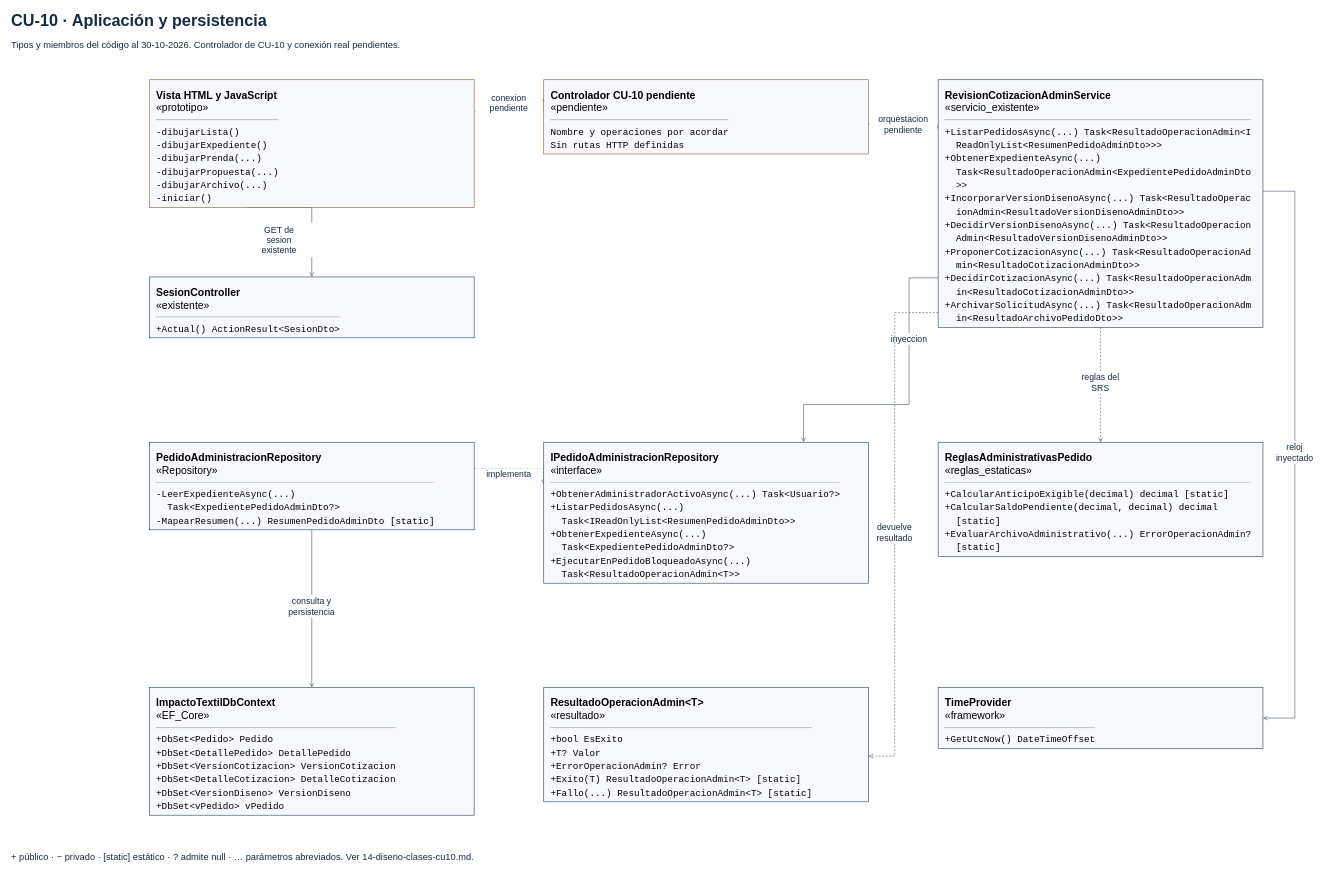
This is page "CU-10 · Aplicación y persistencia" (1 of 3) of docs/fase-3/diagramas/Clases_CU10.drawio from yirardyalbertoquintero-sys/Proyecto_fase_1_ing_software, a draw.io file, before an edit. Source tidied: cells renumbered, new cells numbered last; positions are measured from the earlier drawing's top-left corner, leaving out a move shared by most shapes. Both pictures are drawn from the tidied source at 58%, with x=0, y=0 at pixel (10, 10).
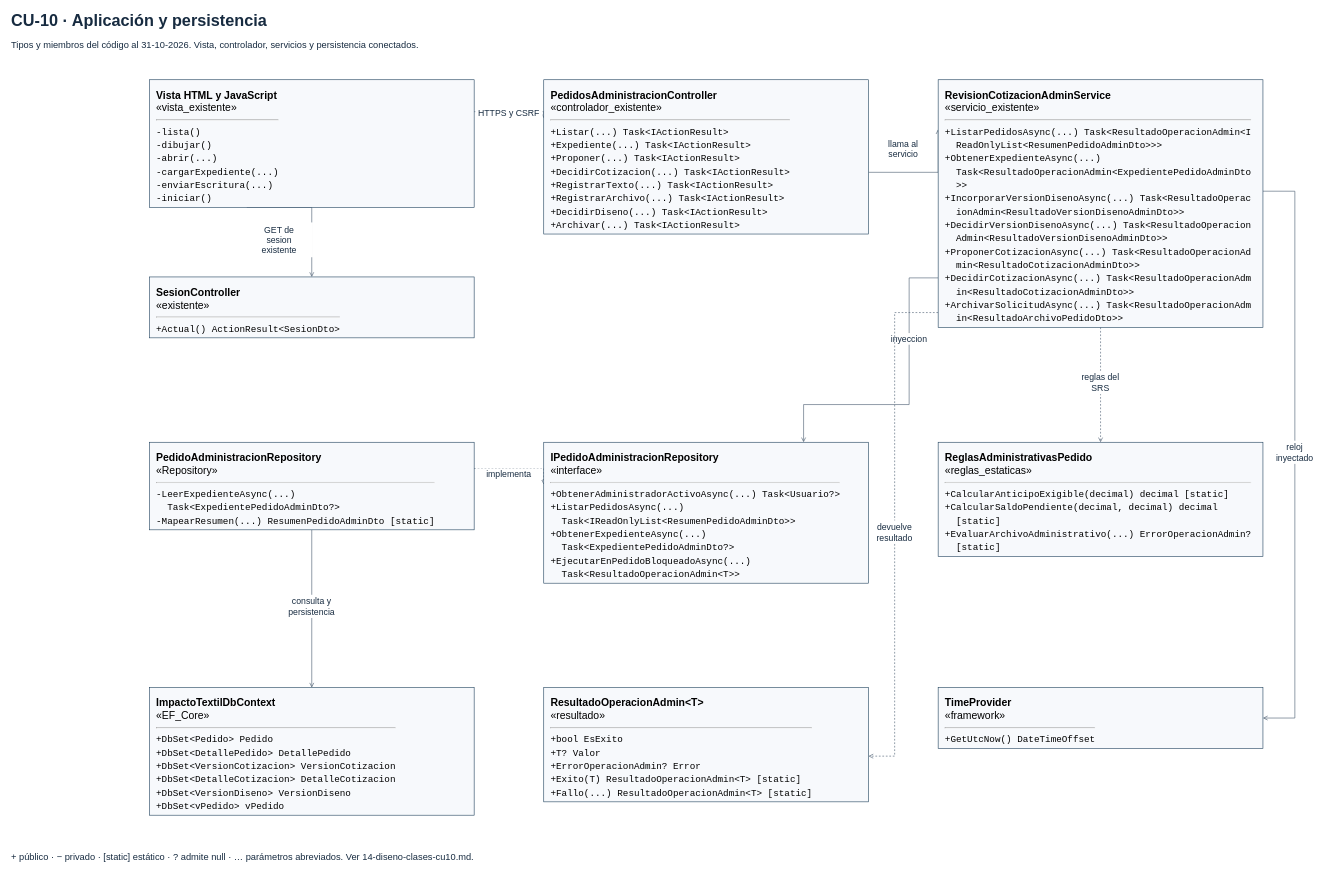
The same diagram, later.

Unchanged cells that the change refers to:
```xml
<mxCell id="24" value="&lt;b&gt;SesionController&lt;/b&gt;&lt;br&gt;«existente»&lt;hr&gt;&lt;div style=&quot;font-family:Consolas,monospace;font-size:16px;line-height:23px&quot;&gt;+Actual()&amp;nbsp;ActionResult&amp;lt;SesionDto&amp;gt;&lt;/div&gt;" style="rounded=0;whiteSpace=wrap;html=1;align=left;verticalAlign=top;spacing=12;fontSize=18;fillColor=#F7F9FC;strokeColor=#193c58;" parent="1" vertex="1">
  <mxGeometry x="240" y="460" width="560" height="105" as="geometry" />
</mxCell>
<mxCell id="25" value="&lt;b&gt;RevisionCotizacionAdminService&lt;/b&gt;&lt;br&gt;«servicio_existente»&lt;hr&gt;&lt;div style=&quot;font-family:Consolas,monospace;font-size:16px;line-height:23px&quot;&gt;+ListarPedidosAsync(...)&amp;nbsp;Task&amp;lt;ResultadoOperacionAdmin&amp;lt;I&lt;br&gt;&amp;nbsp;&amp;nbsp;ReadOnlyList&amp;lt;ResumenPedidoAdminDto&amp;gt;&amp;gt;&amp;gt;&lt;br&gt;+ObtenerExpedienteAsync(...)&lt;br&gt;&amp;nbsp;&amp;nbsp;Task&amp;lt;ResultadoOperacionAdmin&amp;lt;ExpedientePedidoAdminDto&lt;br&gt;&amp;nbsp;&amp;nbsp;&amp;gt;&amp;gt;&lt;br&gt;+IncorporarVersionDisenoAsync(...)&amp;nbsp;Task&amp;lt;ResultadoOperac&lt;br&gt;&amp;nbsp;&amp;nbsp;ionAdmin&amp;lt;ResultadoVersionDisenoAdminDto&amp;gt;&amp;gt;&lt;br&gt;+DecidirVersionDisenoAsync(...)&amp;nbsp;Task&amp;lt;ResultadoOperacion&lt;br&gt;&amp;nbsp;&amp;nbsp;Admin&amp;lt;ResultadoVersionDisenoAdminDto&amp;gt;&amp;gt;&lt;br&gt;+ProponerCotizacionAsync(...)&amp;nbsp;Task&amp;lt;ResultadoOperacionAd&lt;br&gt;&amp;nbsp;&amp;nbsp;min&amp;lt;ResultadoCotizacionAdminDto&amp;gt;&amp;gt;&lt;br&gt;+DecidirCotizacionAsync(...)&amp;nbsp;Task&amp;lt;ResultadoOperacionAdm&lt;br&gt;&amp;nbsp;&amp;nbsp;in&amp;lt;ResultadoCotizacionAdminDto&amp;gt;&amp;gt;&lt;br&gt;+ArchivarSolicitudAsync(...)&amp;nbsp;Task&amp;lt;ResultadoOperacionAdm&lt;br&gt;&amp;nbsp;&amp;nbsp;in&amp;lt;ResultadoArchivoPedidoDto&amp;gt;&amp;gt;&lt;/div&gt;" style="rounded=0;whiteSpace=wrap;html=1;align=left;verticalAlign=top;spacing=12;fontSize=18;fillColor=#F7F9FC;strokeColor=#193c58;" parent="1" vertex="1">
  <mxGeometry x="1600" y="120" width="560" height="427" as="geometry" />
</mxCell>
```

Change to the diagram source:
```diff
@@
-    <mxCell id="3" value="Tipos y miembros del código al 30-10-2026. Controlador de CU-10 y conexión real pendientes." style="text;html=1;whiteSpace=wrap;align=left;verticalAlign=middle;fontSize=16;fontColor=#172B40;fontStyle=0;fillColor=#FFFFFF;strokeColor=none;" parent="1" vertex="1">
+    <mxCell id="3" value="Tipos y miembros del código al 31-10-2026. Vista, controlador, servicios y persistencia conectados." style="text;html=1;whiteSpace=wrap;align=left;verticalAlign=middle;fontSize=16;fontColor=#172B40;fontStyle=0;fillColor=#FFFFFF;strokeColor=none;" parent="1" vertex="1">
       <mxGeometry y="46" width="2220" height="28" as="geometry" />
     </mxCell>
-    <mxCell id="4" style="exitX=0.3;exitY=1.0;exitPerimeter=0;entryX=0.5;entryY=0.0;entryPerimeter=0;edgeStyle=segmentEdgeStyle;rounded=0;html=1;strokeColor=#42556B;dashed=0;startArrow=none;endArrow=open;endFill=0;" parent="1" edge="1" source="22" target="24">
+    <mxCell id="4" style="exitX=0.3;exitY=1.0;exitPerimeter=0;entryX=0.5;entryY=0.0;entryPerimeter=0;edgeStyle=segmentEdgeStyle;rounded=0;html=1;strokeColor=#42556B;dashed=0;startArrow=none;endArrow=open;endFill=0;" parent="1" edge="1" source="33" target="24">
       <mxGeometry relative="1" as="geometry" />
     </mxCell>
@@
-    <mxCell id="6" style="exitX=1.0;exitY=0.25;exitPerimeter=0;entryX=0.0;entryY=0.25;entryPerimeter=0;edgeStyle=segmentEdgeStyle;rounded=0;html=1;strokeColor=#42556B;dashed=1;startArrow=none;endArrow=open;endFill=0;" parent="1" edge="1" source="22" target="23">
+    <mxCell id="6" style="exitX=1.0;exitY=0.25;exitPerimeter=0;entryX=0.0;entryY=0.25;entryPerimeter=0;edgeStyle=segmentEdgeStyle;rounded=0;html=1;strokeColor=#42556B;dashed=0;startArrow=none;endArrow=open;endFill=0;" parent="1" edge="1" source="33" target="34">
       <mxGeometry relative="1" as="geometry" />
     </mxCell>
-    <mxCell id="7" value="conexion&#10;pendiente" style="text;html=1;whiteSpace=wrap;align=center;verticalAlign=middle;fontSize=15;fontColor=#172B40;fontStyle=0;fillColor=#FFFFFF;strokeColor=none;" parent="1" vertex="1">
-      <mxGeometry x="802" y="139.5" width="116" height="40" as="geometry" />
+    <mxCell id="7" value="HTTPS y CSRF" style="text;html=1;whiteSpace=wrap;align=center;verticalAlign=middle;fontSize=15;fontColor=#172B40;fontStyle=0;fillColor=#FFFFFF;strokeColor=none;" parent="1" vertex="1">
+      <mxGeometry x="802" y="166.8" width="116" height="20" as="geometry" />
     </mxCell>
-    <mxCell id="8" style="exitX=1.0;exitY=0.6000000000000001;exitPerimeter=0;entryX=0.0;entryY=0.2;entryPerimeter=0;edgeStyle=segmentEdgeStyle;rounded=0;html=1;strokeColor=#42556B;dashed=1;startArrow=none;endArrow=open;endFill=0;" parent="1" edge="1" source="23" target="25">
+    <mxCell id="8" style="exitX=1.0;exitY=0.6000000000000001;exitPerimeter=0;entryX=0.0;entryY=0.2;entryPerimeter=0;edgeStyle=segmentEdgeStyle;rounded=0;html=1;strokeColor=#42556B;dashed=0;startArrow=none;endArrow=open;endFill=0;" parent="1" edge="1" source="34" target="25">
       <mxGeometry relative="1" as="geometry" />
     </mxCell>
-    <mxCell id="9" value="orquestacion&#10;pendiente" style="text;html=1;whiteSpace=wrap;align=center;verticalAlign=middle;fontSize=15;fontColor=#172B40;fontStyle=0;fillColor=#FFFFFF;strokeColor=none;" parent="1" vertex="1">
-      <mxGeometry x="1482" y="177.1" width="116" height="40" as="geometry" />
+    <mxCell id="9" value="llama al&#10;servicio" style="text;html=1;whiteSpace=wrap;align=center;verticalAlign=middle;fontSize=15;fontColor=#172B40;fontStyle=0;fillColor=#FFFFFF;strokeColor=none;" parent="1" vertex="1">
+      <mxGeometry x="1482" y="218.5" width="116" height="40" as="geometry" />
     </mxCell>
@@
-    <mxCell id="22" value="&lt;b&gt;Vista HTML y JavaScript&lt;/b&gt;&lt;br&gt;«prototipo»&lt;hr&gt;&lt;div style=&quot;font-family:Consolas,monospace;font-size:16px;line-height:23px&quot;&gt;-dibujarLista()&lt;br&gt;-dibujarExpediente()&lt;br&gt;-dibujarPrenda(...)&lt;br&gt;-dibujarPropuesta(...)&lt;br&gt;-dibujarArchivo(...)&lt;br&gt;-iniciar()&lt;/div&gt;" style="rounded=0;whiteSpace=wrap;html=1;align=left;verticalAlign=top;spacing=12;fontSize=18;fillColor=#F7F9FC;strokeColor=#845b1c;" parent="1" vertex="1">
-      <mxGeometry x="240" y="120" width="560" height="220" as="geometry" />
-    </mxCell>
-    <mxCell id="23" value="&lt;b&gt;Controlador CU-10 pendiente&lt;/b&gt;&lt;br&gt;«pendiente»&lt;hr&gt;&lt;div style=&quot;font-family:Consolas,monospace;font-size:16px;line-height:23px&quot;&gt;Nombre&amp;nbsp;y&amp;nbsp;operaciones&amp;nbsp;por&amp;nbsp;acordar&lt;br&gt;Sin&amp;nbsp;rutas&amp;nbsp;HTTP&amp;nbsp;definidas&lt;/div&gt;" style="rounded=0;whiteSpace=wrap;html=1;align=left;verticalAlign=top;spacing=12;fontSize=18;fillColor=#F7F9FC;strokeColor=#845b1c;" parent="1" vertex="1">
-      <mxGeometry x="920" y="120" width="560" height="128" as="geometry" />
-    </mxCell>
+    <mxCell id="33" value="&lt;b&gt;Vista HTML y JavaScript&lt;/b&gt;&lt;br&gt;«vista_existente»&lt;hr&gt;&lt;div style=&quot;font-family:Consolas,monospace;font-size:16px;line-height:23px&quot;&gt;-lista()&lt;br&gt;-dibujar()&lt;br&gt;-abrir(...)&lt;br&gt;-cargarExpediente(...)&lt;br&gt;-enviarEscritura(...)&lt;br&gt;-iniciar()&lt;/div&gt;" style="rounded=0;whiteSpace=wrap;html=1;align=left;verticalAlign=top;spacing=12;fontSize=18;fillColor=#F7F9FC;strokeColor=#193c58;" parent="1" vertex="1">
+      <mxGeometry x="240" y="120" width="560" height="220" as="geometry" />
+    </mxCell>
+    <mxCell id="34" value="&lt;b&gt;PedidosAdministracionController&lt;/b&gt;&lt;br&gt;«controlador_existente»&lt;hr&gt;&lt;div style=&quot;font-family:Consolas,monospace;font-size:16px;line-height:23px&quot;&gt;+Listar(...)&amp;nbsp;Task&amp;lt;IActionResult&amp;gt;&lt;br&gt;+Expediente(...)&amp;nbsp;Task&amp;lt;IActionResult&amp;gt;&lt;br&gt;+Proponer(...)&amp;nbsp;Task&amp;lt;IActionResult&amp;gt;&lt;br&gt;+DecidirCotizacion(...)&amp;nbsp;Task&amp;lt;IActionResult&amp;gt;&lt;br&gt;+RegistrarTexto(...)&amp;nbsp;Task&amp;lt;IActionResult&amp;gt;&lt;br&gt;+RegistrarArchivo(...)&amp;nbsp;Task&amp;lt;IActionResult&amp;gt;&lt;br&gt;+DecidirDiseno(...)&amp;nbsp;Task&amp;lt;IActionResult&amp;gt;&lt;br&gt;+Archivar(...)&amp;nbsp;Task&amp;lt;IActionResult&amp;gt;&lt;/div&gt;" style="rounded=0;whiteSpace=wrap;html=1;align=left;verticalAlign=top;spacing=12;fontSize=18;fillColor=#F7F9FC;strokeColor=#193c58;" parent="1" vertex="1">
+      <mxGeometry x="920" y="120" width="560" height="266" as="geometry" />
+    </mxCell>
```
